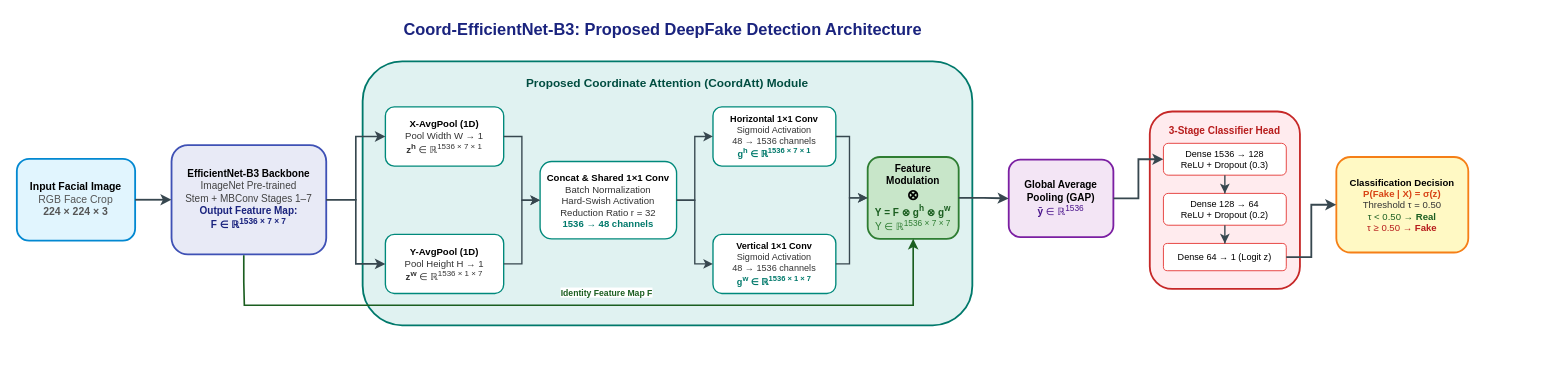
Above: paper/figures/architecture_proposed_model.drawio in AnsumanSutar/deepfake-research (draw.io), before the change. Source tidied: cells renumbered, new cells numbered last; positions are measured from the earlier drawing's top-left corner, leaving out a move shared by most shapes. Both pictures are drawn from the tidied source at 91%, with x=0, y=0 at pixel (16, 15).
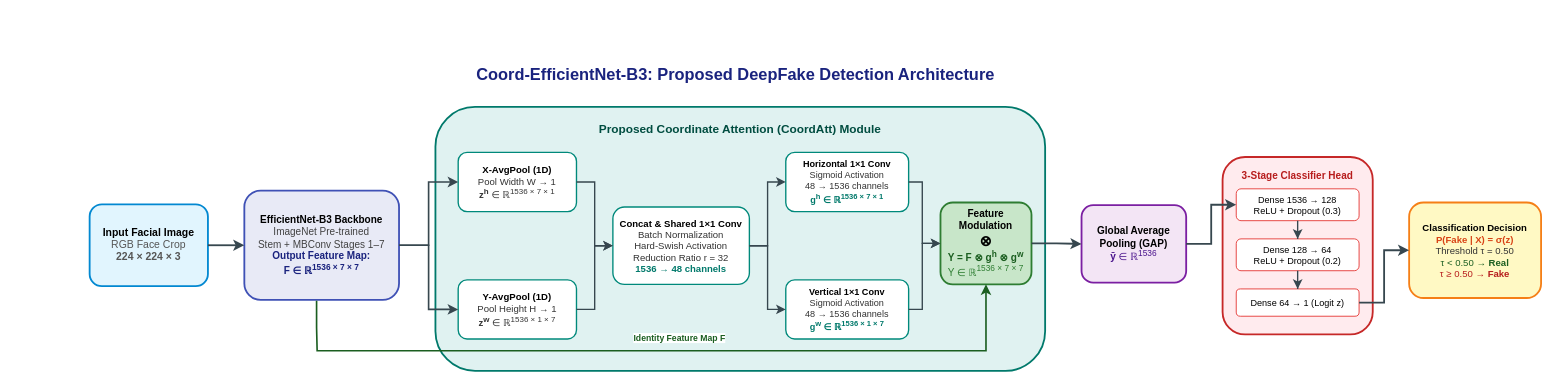
After the change.

Commit message (it also covers changes not shown here):
feat(paper): include vector PDF architecture diagram with graphicspath support for crystal-sharp rendering

The change refers to these unchanged cells:
```xml
<mxCell id="27" value="Dense 1536 &amp;rarr; 128&lt;br&gt;ReLU + Dropout (0.3)" style="rounded=1;whiteSpace=wrap;html=1;fillColor=#FFFFFF;strokeColor=#E53935;strokeWidth=1;fontSize=10;" parent="25" vertex="1">
  <mxGeometry x="15" y="35" width="135" height="35" as="geometry" />
</mxCell>
<mxCell id="29" value="Dense 64 &amp;rarr; 1 (Logit z)" style="rounded=1;whiteSpace=wrap;html=1;fillColor=#FFFFFF;strokeColor=#E53935;strokeWidth=1;fontSize=10;" parent="25" vertex="1">
  <mxGeometry x="15" y="145" width="135" height="30" as="geometry" />
</mxCell>
```

What changed in the source:
```diff
@@
+    <mxCell id="34" style="group;" parent="1" vertex="1">
+      <mxGeometry x="80" y="50" width="1595" height="340" as="geometry" />
+    </mxCell>
-    <mxCell id="2" value="&lt;b&gt;Coord-EfficientNet-B3: Proposed DeepFake Detection Architecture&lt;/b&gt;" style="text;html=1;strokeColor=none;fillColor=none;align=center;verticalAlign=middle;whiteSpace=wrap;rounded=0;fontSize=18;fontColor=#1A237E;" parent="1" vertex="1">
+    <mxCell id="2" value="&lt;b&gt;Coord-EfficientNet-B3: Proposed DeepFake Detection Architecture&lt;/b&gt;" style="text;html=1;strokeColor=none;fillColor=none;align=center;verticalAlign=middle;whiteSpace=wrap;rounded=0;fontSize=18;fontColor=#1A237E;" parent="34" vertex="1">
       <mxGeometry x="385" width="650" height="30" as="geometry" />
     </mxCell>
-    <mxCell id="3" value="&lt;b&gt;Input Facial Image&lt;/b&gt;&lt;br&gt;&lt;font color=&quot;#555555&quot;&gt;RGB Face Crop&lt;br&gt;&lt;b&gt;224 &amp;times; 224 &amp;times; 3&lt;/b&gt;&lt;/font&gt;" style="rounded=1;whiteSpace=wrap;html=1;fillColor=#E1F5FE;strokeColor=#0288D1;strokeWidth=2;fontSize=11.5;fontFamily=Helvetica;" parent="1" vertex="1">
+    <mxCell id="3" value="&lt;b&gt;Input Facial Image&lt;/b&gt;&lt;br&gt;&lt;font color=&quot;#555555&quot;&gt;RGB Face Crop&lt;br&gt;&lt;b&gt;224 &amp;times; 224 &amp;times; 3&lt;/b&gt;&lt;/font&gt;" style="rounded=1;whiteSpace=wrap;html=1;fillColor=#E1F5FE;strokeColor=#0288D1;strokeWidth=2;fontSize=11.5;fontFamily=Helvetica;" parent="34" vertex="1">
       <mxGeometry y="157" width="130" height="90" as="geometry" />
     </mxCell>
-    <mxCell id="4" value="&lt;b&gt;EfficientNet-B3 Backbone&lt;/b&gt;&lt;br&gt;&lt;font color=&quot;#424242&quot;&gt;ImageNet Pre-trained&lt;br&gt;Stem + MBConv Stages 1&amp;ndash;7&lt;br&gt;&lt;b style=&quot;color:#1A237E;&quot;&gt;Output Feature Map:&lt;br&gt;F &amp;isin; &amp;reals;&lt;sup&gt;1536 &amp;times; 7 &amp;times; 7&lt;/sup&gt;&lt;/b&gt;&lt;/font&gt;" style="rounded=1;whiteSpace=wrap;html=1;fillColor=#E8EAF6;strokeColor=#3F51B5;strokeWidth=2;fontSize=11;fontFamily=Helvetica;" parent="1" vertex="1">
+    <mxCell id="4" value="&lt;b&gt;EfficientNet-B3 Backbone&lt;/b&gt;&lt;br&gt;&lt;font color=&quot;#424242&quot;&gt;ImageNet Pre-trained&lt;br&gt;Stem + MBConv Stages 1&amp;ndash;7&lt;br&gt;&lt;b style=&quot;color:#1A237E;&quot;&gt;Output Feature Map:&lt;br&gt;F &amp;isin; &amp;reals;&lt;sup&gt;1536 &amp;times; 7 &amp;times; 7&lt;/sup&gt;&lt;/b&gt;&lt;/font&gt;" style="rounded=1;whiteSpace=wrap;html=1;fillColor=#E8EAF6;strokeColor=#3F51B5;strokeWidth=2;fontSize=11;fontFamily=Helvetica;" parent="34" vertex="1">
       <mxGeometry x="170" y="142" width="170" height="120" as="geometry" />
     </mxCell>
-    <mxCell id="5" style="edgeStyle=orthogonalEdgeStyle;rounded=0;jettySize=auto;html=1;strokeColor=#37474F;strokeWidth=2;endArrow=classic;endFill=1;" parent="1" edge="1" source="3" target="4">
+    <mxCell id="5" style="edgeStyle=orthogonalEdgeStyle;rounded=0;jettySize=auto;html=1;strokeColor=#37474F;strokeWidth=2;endArrow=classic;endFill=1;" parent="34" edge="1" source="3" target="4">
       <mxGeometry relative="1" as="geometry" />
     </mxCell>
-    <mxCell id="6" value="&lt;b style=&quot;font-size: 13px; color: #004D40;&quot;&gt;Proposed Coordinate Attention (CoordAtt) Module&lt;/b&gt;" style="rounded=1;whiteSpace=wrap;html=1;fillColor=#E0F2F1;strokeColor=#00796B;strokeWidth=2;strokeDashed=1;verticalAlign=top;align=center;spacingTop=10;fontFamily=Helvetica;" parent="1" vertex="1">
+    <mxCell id="6" value="&lt;b style=&quot;font-size: 13px; color: #004D40;&quot;&gt;Proposed Coordinate Attention (CoordAtt) Module&lt;/b&gt;" style="rounded=1;whiteSpace=wrap;html=1;fillColor=#E0F2F1;strokeColor=#00796B;strokeWidth=2;strokeDashed=1;verticalAlign=top;align=center;spacingTop=10;fontFamily=Helvetica;" parent="34" vertex="1">
       <mxGeometry x="380" y="50" width="670" height="290" as="geometry" />
     </mxCell>
-    <mxCell id="7" value="&lt;b&gt;X-AvgPool (1D)&lt;/b&gt;&lt;br&gt;&lt;font color=&quot;#333333&quot;&gt;Pool Width W &amp;rarr; 1&lt;br&gt;&lt;b&gt;z&lt;sup&gt;h&lt;/sup&gt;&lt;/b&gt; &amp;isin; &amp;reals;&lt;sup&gt;1536 &amp;times; 7 &amp;times; 1&lt;/sup&gt;&lt;/font&gt;" style="rounded=1;whiteSpace=wrap;html=1;fillColor=#FFFFFF;strokeColor=#00897B;strokeWidth=1.5;fontSize=10.5;" parent="1" vertex="1">
+    <mxCell id="7" value="&lt;b&gt;X-AvgPool (1D)&lt;/b&gt;&lt;br&gt;&lt;font color=&quot;#333333&quot;&gt;Pool Width W &amp;rarr; 1&lt;br&gt;&lt;b&gt;z&lt;sup&gt;h&lt;/sup&gt;&lt;/b&gt; &amp;isin; &amp;reals;&lt;sup&gt;1536 &amp;times; 7 &amp;times; 1&lt;/sup&gt;&lt;/font&gt;" style="rounded=1;whiteSpace=wrap;html=1;fillColor=#FFFFFF;strokeColor=#00897B;strokeWidth=1.5;fontSize=10.5;" parent="34" vertex="1">
       <mxGeometry x="405" y="100" width="130" height="65" as="geometry" />
     </mxCell>
-    <mxCell id="8" value="&lt;b&gt;Y-AvgPool (1D)&lt;/b&gt;&lt;br&gt;&lt;font color=&quot;#333333&quot;&gt;Pool Height H &amp;rarr; 1&lt;br&gt;&lt;b&gt;z&lt;sup&gt;w&lt;/sup&gt;&lt;/b&gt; &amp;isin; &amp;reals;&lt;sup&gt;1536 &amp;times; 1 &amp;times; 7&lt;/sup&gt;&lt;/font&gt;" style="rounded=1;whiteSpace=wrap;html=1;fillColor=#FFFFFF;strokeColor=#00897B;strokeWidth=1.5;fontSize=10.5;" parent="1" vertex="1">
+    <mxCell id="8" value="&lt;b&gt;Y-AvgPool (1D)&lt;/b&gt;&lt;br&gt;&lt;font color=&quot;#333333&quot;&gt;Pool Height H &amp;rarr; 1&lt;br&gt;&lt;b&gt;z&lt;sup&gt;w&lt;/sup&gt;&lt;/b&gt; &amp;isin; &amp;reals;&lt;sup&gt;1536 &amp;times; 1 &amp;times; 7&lt;/sup&gt;&lt;/font&gt;" style="rounded=1;whiteSpace=wrap;html=1;fillColor=#FFFFFF;strokeColor=#00897B;strokeWidth=1.5;fontSize=10.5;" parent="34" vertex="1">
       <mxGeometry x="405" y="240" width="130" height="65" as="geometry" />
     </mxCell>
-    <mxCell id="9" value="&lt;b&gt;Concat &amp;amp; Shared 1&amp;times;1 Conv&lt;/b&gt;&lt;br&gt;&lt;font color=&quot;#333333&quot;&gt;Batch Normalization&lt;br&gt;Hard-Swish Activation&lt;br&gt;Reduction Ratio r = 32&lt;br&gt;&lt;b style=&quot;color:#00796B;&quot;&gt;1536 &amp;rarr; 48 channels&lt;/b&gt;&lt;/font&gt;" style="rounded=1;whiteSpace=wrap;html=1;fillColor=#FFFFFF;strokeColor=#00897B;strokeWidth=1.5;fontSize=10.5;" parent="1" vertex="1">
+    <mxCell id="9" value="&lt;b&gt;Concat &amp;amp; Shared 1&amp;times;1 Conv&lt;/b&gt;&lt;br&gt;&lt;font color=&quot;#333333&quot;&gt;Batch Normalization&lt;br&gt;Hard-Swish Activation&lt;br&gt;Reduction Ratio r = 32&lt;br&gt;&lt;b style=&quot;color:#00796B;&quot;&gt;1536 &amp;rarr; 48 channels&lt;/b&gt;&lt;/font&gt;" style="rounded=1;whiteSpace=wrap;html=1;fillColor=#FFFFFF;strokeColor=#00897B;strokeWidth=1.5;fontSize=10.5;" parent="34" vertex="1">
       <mxGeometry x="575" y="160" width="150" height="85" as="geometry" />
     </mxCell>
-    <mxCell id="10" value="&lt;b&gt;Horizontal 1&amp;times;1 Conv&lt;/b&gt;&lt;br&gt;&lt;font color=&quot;#333333&quot;&gt;Sigmoid Activation&lt;br&gt;48 &amp;rarr; 1536 channels&lt;br&gt;&lt;b style=&quot;color:#00796B;&quot;&gt;g&lt;sup&gt;h&lt;/sup&gt; &amp;isin; &amp;reals;&lt;sup&gt;1536 &amp;times; 7 &amp;times; 1&lt;/sup&gt;&lt;/b&gt;&lt;/font&gt;" style="rounded=1;whiteSpace=wrap;html=1;fillColor=#FFFFFF;strokeColor=#00897B;strokeWidth=1.5;fontSize=10;" parent="1" vertex="1">
+    <mxCell id="10" value="&lt;b&gt;Horizontal 1&amp;times;1 Conv&lt;/b&gt;&lt;br&gt;&lt;font color=&quot;#333333&quot;&gt;Sigmoid Activation&lt;br&gt;48 &amp;rarr; 1536 channels&lt;br&gt;&lt;b style=&quot;color:#00796B;&quot;&gt;g&lt;sup&gt;h&lt;/sup&gt; &amp;isin; &amp;reals;&lt;sup&gt;1536 &amp;times; 7 &amp;times; 1&lt;/sup&gt;&lt;/b&gt;&lt;/font&gt;" style="rounded=1;whiteSpace=wrap;html=1;fillColor=#FFFFFF;strokeColor=#00897B;strokeWidth=1.5;fontSize=10;" parent="34" vertex="1">
       <mxGeometry x="765" y="100" width="135" height="65" as="geometry" />
     </mxCell>
-    <mxCell id="11" value="&lt;b&gt;Vertical 1&amp;times;1 Conv&lt;/b&gt;&lt;br&gt;&lt;font color=&quot;#333333&quot;&gt;Sigmoid Activation&lt;br&gt;48 &amp;rarr; 1536 channels&lt;br&gt;&lt;b style=&quot;color:#00796B;&quot;&gt;g&lt;sup&gt;w&lt;/sup&gt; &amp;isin; &amp;reals;&lt;sup&gt;1536 &amp;times; 1 &amp;times; 7&lt;/sup&gt;&lt;/b&gt;&lt;/font&gt;" style="rounded=1;whiteSpace=wrap;html=1;fillColor=#FFFFFF;strokeColor=#00897B;strokeWidth=1.5;fontSize=10;" parent="1" vertex="1">
+    <mxCell id="11" value="&lt;b&gt;Vertical 1&amp;times;1 Conv&lt;/b&gt;&lt;br&gt;&lt;font color=&quot;#333333&quot;&gt;Sigmoid Activation&lt;br&gt;48 &amp;rarr; 1536 channels&lt;br&gt;&lt;b style=&quot;color:#00796B;&quot;&gt;g&lt;sup&gt;w&lt;/sup&gt; &amp;isin; &amp;reals;&lt;sup&gt;1536 &amp;times; 1 &amp;times; 7&lt;/sup&gt;&lt;/b&gt;&lt;/font&gt;" style="rounded=1;whiteSpace=wrap;html=1;fillColor=#FFFFFF;strokeColor=#00897B;strokeWidth=1.5;fontSize=10;" parent="34" vertex="1">
       <mxGeometry x="765" y="240" width="135" height="65" as="geometry" />
     </mxCell>
-    <mxCell id="12" value="&lt;b&gt;Feature Modulation&lt;/b&gt;&lt;br&gt;&lt;font size=&quot;3&quot;&gt;&lt;b&gt;&amp;otimes;&lt;/b&gt;&lt;/font&gt;&lt;br&gt;&lt;b style=&quot;color:#1B5E20;&quot;&gt;Y = F &amp;otimes; g&lt;sup&gt;h&lt;/sup&gt; &amp;otimes; g&lt;sup&gt;w&lt;/sup&gt;&lt;/b&gt;&lt;br&gt;&lt;font color=&quot;#2E7D32&quot;&gt;Y &amp;isin; &amp;reals;&lt;sup&gt;1536 &amp;times; 7 &amp;times; 7&lt;/sup&gt;&lt;/font&gt;" style="rounded=1;whiteSpace=wrap;html=1;fillColor=#C8E6C9;strokeColor=#2E7D32;strokeWidth=2;fontSize=11;" parent="1" vertex="1">
+    <mxCell id="12" value="&lt;b&gt;Feature Modulation&lt;/b&gt;&lt;br&gt;&lt;font size=&quot;3&quot;&gt;&lt;b&gt;&amp;otimes;&lt;/b&gt;&lt;/font&gt;&lt;br&gt;&lt;b style=&quot;color:#1B5E20;&quot;&gt;Y = F &amp;otimes; g&lt;sup&gt;h&lt;/sup&gt; &amp;otimes; g&lt;sup&gt;w&lt;/sup&gt;&lt;/b&gt;&lt;br&gt;&lt;font color=&quot;#2E7D32&quot;&gt;Y &amp;isin; &amp;reals;&lt;sup&gt;1536 &amp;times; 7 &amp;times; 7&lt;/sup&gt;&lt;/font&gt;" style="rounded=1;whiteSpace=wrap;html=1;fillColor=#C8E6C9;strokeColor=#2E7D32;strokeWidth=2;fontSize=11;" parent="34" vertex="1">
       <mxGeometry x="935" y="155" width="100" height="90" as="geometry" />
     </mxCell>
-    <mxCell id="13" style="edgeStyle=orthogonalEdgeStyle;rounded=0;jettySize=auto;html=1;strokeColor=#37474F;strokeWidth=1.8;endArrow=classic;" parent="1" edge="1" source="4" target="7">
+    <mxCell id="13" style="edgeStyle=orthogonalEdgeStyle;rounded=0;jettySize=auto;html=1;strokeColor=#37474F;strokeWidth=1.8;endArrow=classic;" parent="34" edge="1" source="4" target="7">
       <mxGeometry relative="1" as="geometry" />
     </mxCell>
-    <mxCell id="14" style="edgeStyle=orthogonalEdgeStyle;rounded=0;jettySize=auto;html=1;strokeColor=#37474F;strokeWidth=1.8;endArrow=classic;" parent="1" edge="1" source="4" target="8">
+    <mxCell id="14" style="edgeStyle=orthogonalEdgeStyle;rounded=0;jettySize=auto;html=1;strokeColor=#37474F;strokeWidth=1.8;endArrow=classic;" parent="34" edge="1" source="4" target="8">
       <mxGeometry relative="1" as="geometry" />
     </mxCell>
-    <mxCell id="15" style="edgeStyle=orthogonalEdgeStyle;rounded=0;jettySize=auto;html=1;strokeColor=#37474F;strokeWidth=1.5;endArrow=classic;" parent="1" edge="1" source="7" target="9">
+    <mxCell id="15" style="edgeStyle=orthogonalEdgeStyle;rounded=0;jettySize=auto;html=1;strokeColor=#37474F;strokeWidth=1.5;endArrow=classic;" parent="34" edge="1" source="7" target="9">
       <mxGeometry relative="1" as="geometry" />
     </mxCell>
-    <mxCell id="16" style="edgeStyle=orthogonalEdgeStyle;rounded=0;jettySize=auto;html=1;strokeColor=#37474F;strokeWidth=1.5;endArrow=classic;" parent="1" edge="1" source="8" target="9">
+    <mxCell id="16" style="edgeStyle=orthogonalEdgeStyle;rounded=0;jettySize=auto;html=1;strokeColor=#37474F;strokeWidth=1.5;endArrow=classic;" parent="34" edge="1" source="8" target="9">
       <mxGeometry relative="1" as="geometry" />
     </mxCell>
-    <mxCell id="17" style="edgeStyle=orthogonalEdgeStyle;rounded=0;jettySize=auto;html=1;strokeColor=#37474F;strokeWidth=1.5;endArrow=classic;" parent="1" edge="1" source="9" target="10">
+    <mxCell id="17" style="edgeStyle=orthogonalEdgeStyle;rounded=0;jettySize=auto;html=1;strokeColor=#37474F;strokeWidth=1.5;endArrow=classic;" parent="34" edge="1" source="9" target="10">
       <mxGeometry relative="1" as="geometry" />
     </mxCell>
-    <mxCell id="18" style="edgeStyle=orthogonalEdgeStyle;rounded=0;jettySize=auto;html=1;strokeColor=#37474F;strokeWidth=1.5;endArrow=classic;" parent="1" edge="1" source="9" target="11">
+    <mxCell id="18" style="edgeStyle=orthogonalEdgeStyle;rounded=0;jettySize=auto;html=1;strokeColor=#37474F;strokeWidth=1.5;endArrow=classic;" parent="34" edge="1" source="9" target="11">
       <mxGeometry relative="1" as="geometry" />
     </mxCell>
-    <mxCell id="19" style="edgeStyle=orthogonalEdgeStyle;rounded=0;jettySize=auto;html=1;strokeColor=#37474F;strokeWidth=1.5;endArrow=classic;" parent="1" edge="1" source="10" target="12">
+    <mxCell id="19" style="edgeStyle=orthogonalEdgeStyle;rounded=0;jettySize=auto;html=1;strokeColor=#37474F;strokeWidth=1.5;endArrow=classic;" parent="34" edge="1" source="10" target="12">
       <mxGeometry relative="1" as="geometry">
         <Array as="points">
           <mxPoint x="915" y="132.5" />
           <mxPoint x="915" y="200" />
         </Array>
       </mxGeometry>
     </mxCell>
-    <mxCell id="20" style="edgeStyle=orthogonalEdgeStyle;rounded=0;jettySize=auto;html=1;strokeColor=#37474F;strokeWidth=1.5;endArrow=classic;" parent="1" edge="1" source="11" target="12">
+    <mxCell id="20" style="edgeStyle=orthogonalEdgeStyle;rounded=0;jettySize=auto;html=1;strokeColor=#37474F;strokeWidth=1.5;endArrow=classic;" parent="34" edge="1" source="11" target="12">
       <mxGeometry relative="1" as="geometry">
         <Array as="points">
           <mxPoint x="915" y="272.5" />
           <mxPoint x="915" y="200" />
         </Array>
       </mxGeometry>
     </mxCell>
-    <mxCell id="21" value="Identity Feature Map F" style="edgeStyle=orthogonalEdgeStyle;rounded=0;jettySize=auto;html=1;strokeColor=#1B5E20;strokeWidth=1.8;endArrow=classic;fontSize=9.5;fontColor=#1B5E20;fontStyle=1;labelBackgroundColor=#FFFFFF;entryX=0.5;entryY=1;entryDx=0;entryDy=0;exitX=0.467;exitY=1.008;exitDx=0;exitDy=0;exitPerimeter=0;" parent="1" edge="1" source="4" target="12">
+    <mxCell id="21" value="Identity Feature Map F" style="edgeStyle=orthogonalEdgeStyle;rounded=0;jettySize=auto;html=1;strokeColor=#1B5E20;strokeWidth=1.8;endArrow=classic;fontSize=9.5;fontColor=#1B5E20;fontStyle=1;labelBackgroundColor=#FFFFFF;entryX=0.5;entryY=1;entryDx=0;entryDy=0;exitX=0.467;exitY=1.008;exitDx=0;exitDy=0;exitPerimeter=0;" parent="34" edge="1" source="4" target="12">
       <mxGeometry x="0.05" y="14" relative="1" as="geometry">
         <Array as="points">
           <mxPoint x="249.4" y="293" />
           <mxPoint x="250" y="318" />
           <mxPoint x="985" y="318" />
         </Array>
       </mxGeometry>
     </mxCell>
-    <mxCell id="22" value="&lt;b&gt;Global Average&lt;br&gt;Pooling (GAP)&lt;/b&gt;&lt;br&gt;&lt;font color=&quot;#4A148C&quot;&gt;&lt;b&gt;ȳ&lt;/b&gt; &amp;isin; &amp;reals;&lt;sup&gt;1536&lt;/sup&gt;&lt;/font&gt;" style="rounded=1;whiteSpace=wrap;html=1;fillColor=#F3E5F5;strokeColor=#7B1FA2;strokeWidth=2;fontSize=11;" parent="1" vertex="1">
+    <mxCell id="22" value="&lt;b&gt;Global Average&lt;br&gt;Pooling (GAP)&lt;/b&gt;&lt;br&gt;&lt;font color=&quot;#4A148C&quot;&gt;&lt;b&gt;ȳ&lt;/b&gt; &amp;isin; &amp;reals;&lt;sup&gt;1536&lt;/sup&gt;&lt;/font&gt;" style="rounded=1;whiteSpace=wrap;html=1;fillColor=#F3E5F5;strokeColor=#7B1FA2;strokeWidth=2;fontSize=11;" parent="34" vertex="1">
       <mxGeometry x="1090" y="158" width="115" height="85" as="geometry" />
     </mxCell>
-    <mxCell id="23" style="edgeStyle=orthogonalEdgeStyle;rounded=0;jettySize=auto;html=1;strokeColor=#37474F;strokeWidth=2;endArrow=classic;" parent="1" edge="1" source="12" target="22">
+    <mxCell id="23" style="edgeStyle=orthogonalEdgeStyle;rounded=0;jettySize=auto;html=1;strokeColor=#37474F;strokeWidth=2;endArrow=classic;" parent="34" edge="1" source="12" target="22">
       <mxGeometry relative="1" as="geometry" />
     </mxCell>
-    <mxCell id="24" value="&lt;b&gt;Classification Decision&lt;/b&gt;&lt;br&gt;&lt;b style=&quot;color:#D84315;&quot;&gt;P(Fake | X) = &amp;sigma;(z)&lt;/b&gt;&lt;br&gt;&lt;font color=&quot;#333333&quot;&gt;Threshold &amp;tau; = 0.50&lt;/font&gt;&lt;br&gt;&lt;font color=&quot;#1B5E20&quot;&gt;&amp;tau; &amp;lt; 0.50 &amp;rarr; &lt;b&gt;Real&lt;/b&gt;&lt;/font&gt;&lt;br&gt;&lt;font color=&quot;#B71C1C&quot;&gt;&amp;tau; &amp;ge; 0.50 &amp;rarr; &lt;b&gt;Fake&lt;/b&gt;&lt;/font&gt;" style="rounded=1;whiteSpace=wrap;html=1;fillColor=#FFF9C4;strokeColor=#F57F17;strokeWidth=2;fontSize=10.5;" parent="1" vertex="1">
+    <mxCell id="24" value="&lt;b&gt;Classification Decision&lt;/b&gt;&lt;br&gt;&lt;b style=&quot;color:#D84315;&quot;&gt;P(Fake | X) = &amp;sigma;(z)&lt;/b&gt;&lt;br&gt;&lt;font color=&quot;#333333&quot;&gt;Threshold &amp;tau; = 0.50&lt;/font&gt;&lt;br&gt;&lt;font color=&quot;#1B5E20&quot;&gt;&amp;tau; &amp;lt; 0.50 &amp;rarr; &lt;b&gt;Real&lt;/b&gt;&lt;/font&gt;&lt;br&gt;&lt;font color=&quot;#B71C1C&quot;&gt;&amp;tau; &amp;ge; 0.50 &amp;rarr; &lt;b&gt;Fake&lt;/b&gt;&lt;/font&gt;" style="rounded=1;whiteSpace=wrap;html=1;fillColor=#FFF9C4;strokeColor=#F57F17;strokeWidth=2;fontSize=10.5;" parent="34" vertex="1">
       <mxGeometry x="1450" y="155" width="145" height="105" as="geometry" />
     </mxCell>
-    <mxCell id="25" style="group;" parent="1" vertex="1">
+    <mxCell id="25" style="group;" parent="34" vertex="1">
       <mxGeometry x="1245" y="105" width="165" height="195" as="geometry" />
     </mxCell>
@@
-    <mxCell id="32" style="edgeStyle=orthogonalEdgeStyle;rounded=0;jettySize=auto;html=1;strokeColor=#37474F;strokeWidth=2;endArrow=classic;exitX=1;exitY=0.5;exitDx=0;exitDy=0;entryX=0;entryY=0.5;entryDx=0;entryDy=0;" parent="1" edge="1" source="22" target="27">
+    <mxCell id="32" style="edgeStyle=orthogonalEdgeStyle;rounded=0;jettySize=auto;html=1;strokeColor=#37474F;strokeWidth=2;endArrow=classic;exitX=1;exitY=0.5;exitDx=0;exitDy=0;entryX=0;entryY=0.5;entryDx=0;entryDy=0;" parent="34" edge="1" source="22" target="27">
       <mxGeometry relative="1" as="geometry" />
     </mxCell>
-    <mxCell id="33" style="edgeStyle=orthogonalEdgeStyle;rounded=0;jettySize=auto;html=1;strokeColor=#37474F;strokeWidth=2;endArrow=classic;exitX=1;exitY=0.5;exitDx=0;exitDy=0;entryX=0;entryY=0.5;entryDx=0;entryDy=0;" parent="1" edge="1" source="29" target="24">
+    <mxCell id="33" style="edgeStyle=orthogonalEdgeStyle;rounded=0;jettySize=auto;html=1;strokeColor=#37474F;strokeWidth=2;endArrow=classic;exitX=1;exitY=0.5;exitDx=0;exitDy=0;entryX=0;entryY=0.5;entryDx=0;entryDy=0;" parent="34" edge="1" source="29" target="24">
       <mxGeometry relative="1" as="geometry" />
     </mxCell>
```
